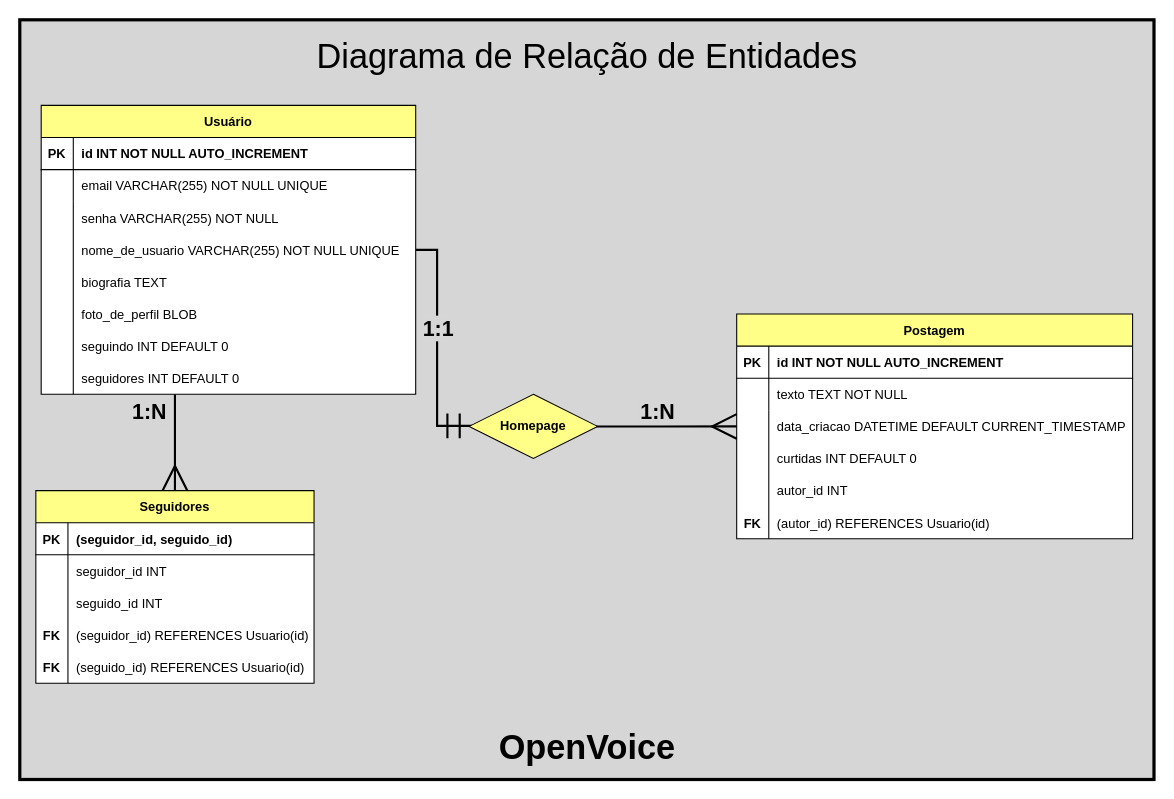
Before: misc/diagramas/Diagrama de Relação de Entidades/Diagrama de Relação de Entidades.drawio in VerbalThree/OpenVoice, a draw.io diagram. Source tidied: cells renumbered, new cells numbered last; positions are measured from the earlier drawing's top-left corner, leaving out a move shared by most shapes. Both pictures are drawn from the tidied source at 107%, with x=0, y=0 at pixel (19, 19).
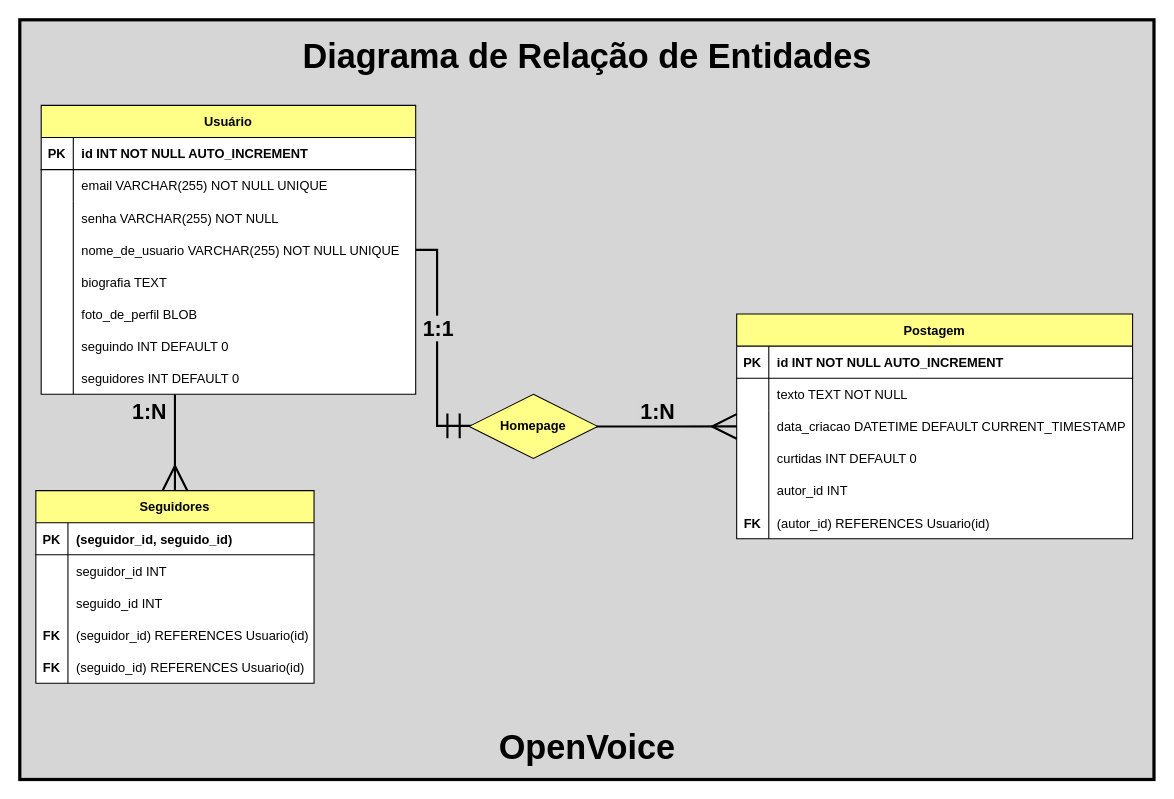
After the change.

What changed in the source:
```diff
@@
-    <mxCell id="53" value="&lt;font style=&quot;font-size: 32px;&quot;&gt;Diagrama de Relação de Entidades&lt;br&gt;&lt;/font&gt;" style="text;html=1;align=center;verticalAlign=middle;strokeColor=none;fillColor=none;" parent="1" vertex="1">
-      <mxGeometry x="270" y="10" width="520" height="50" as="geometry" />
+    <mxCell id="53" value="&lt;b&gt;&lt;font style=&quot;font-size: 32px;&quot;&gt;Diagrama de Relação de Entidades&lt;br&gt;&lt;/font&gt;&lt;/b&gt;" style="text;html=1;align=center;verticalAlign=middle;strokeColor=none;fillColor=none;" parent="1" vertex="1">
+      <mxGeometry x="255" y="10" width="550" height="50" as="geometry" />
     </mxCell>
```
